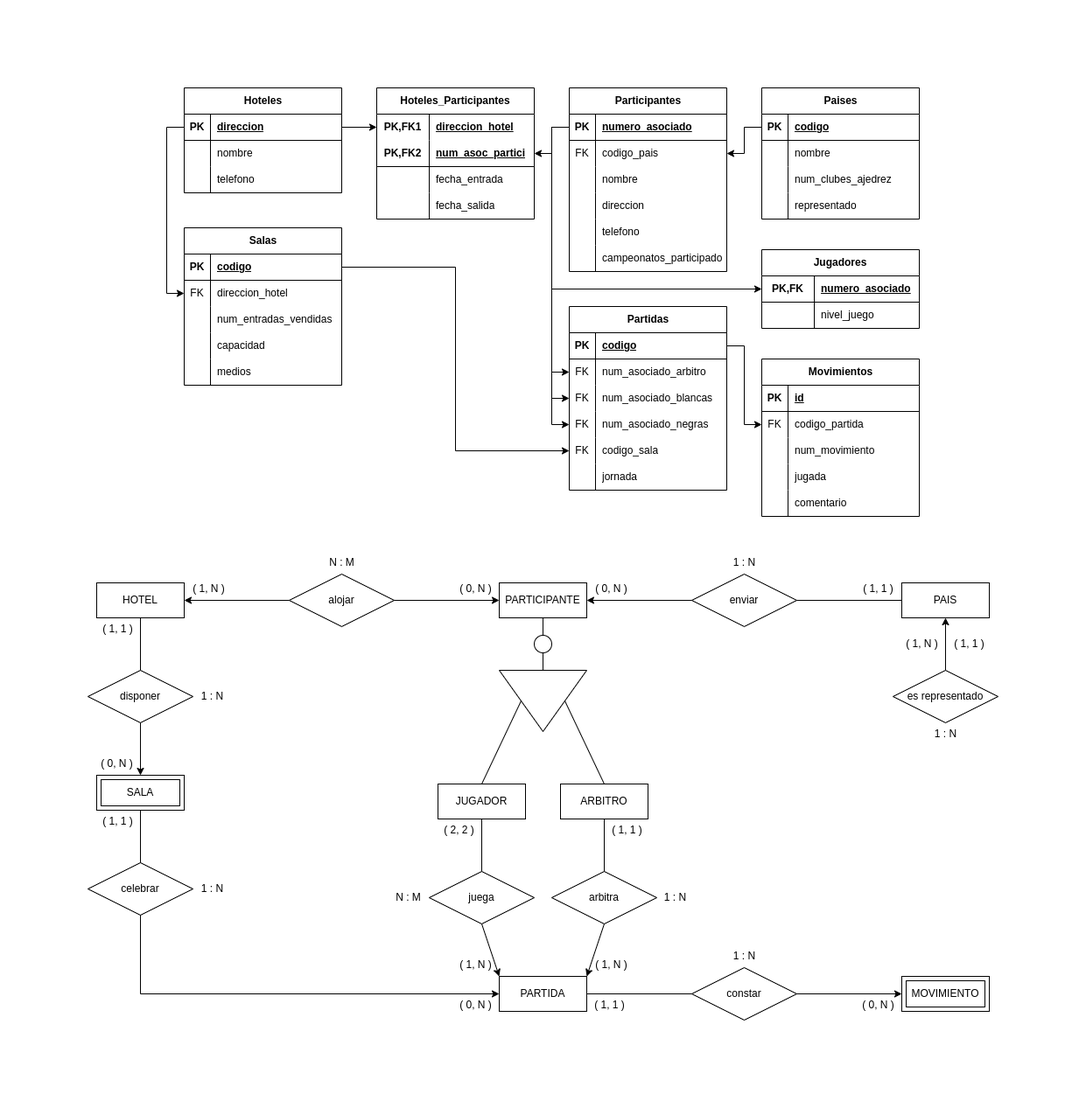
Earlier version of the draw.io export CFGS/DAW/BAE/T6_Club_ajedrez/Diagrama.png (FJrodafo/University). Source tidied: cells renumbered, new cells last; positions are measured from the earlier drawing's top-left corner, leaving out a move shared by most shapes.
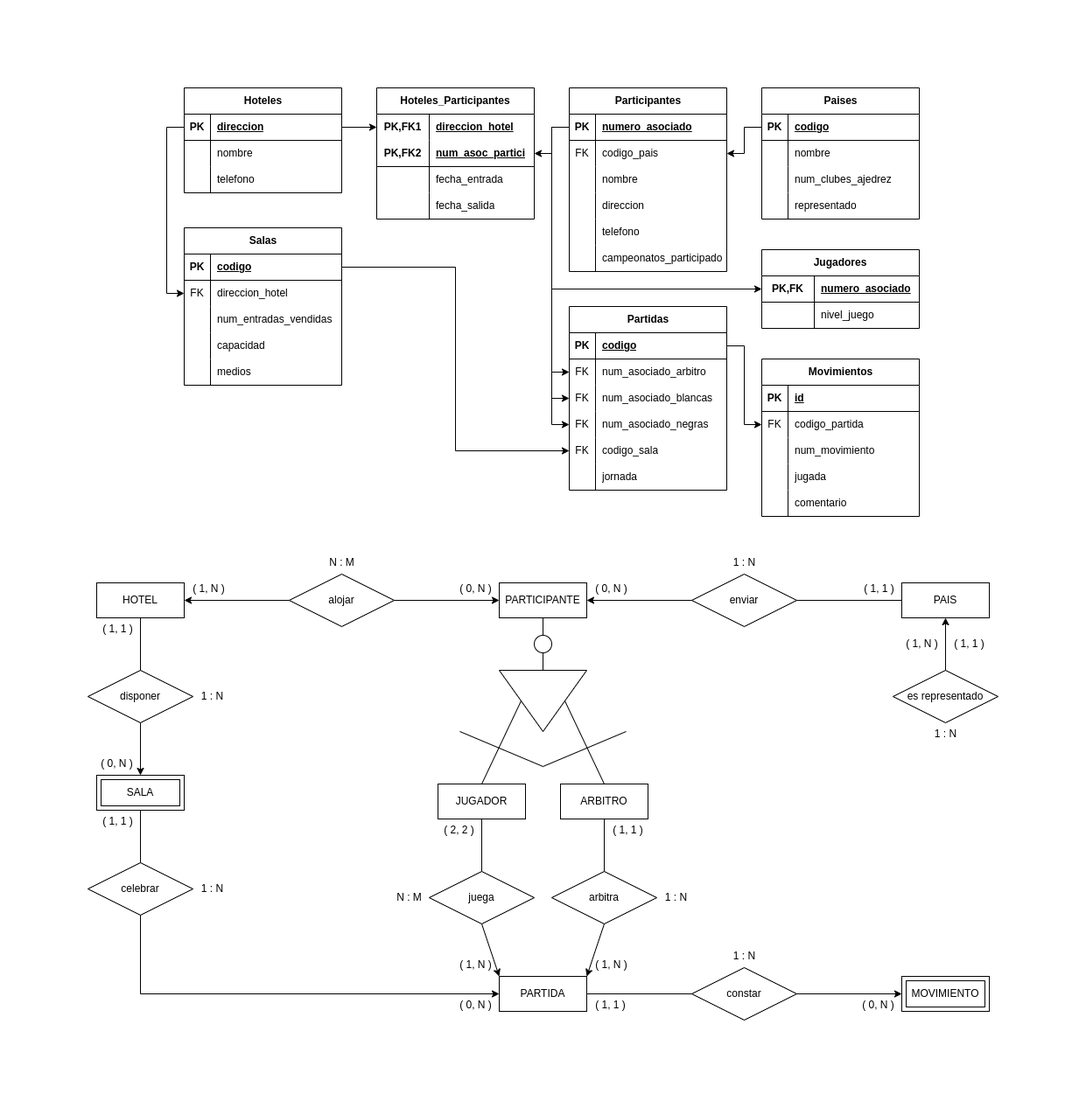
Above is the later version.

The edit, as a diff of the source:
```diff
@@ -603,5 +603,14 @@
         </Array>
       </mxGeometry>
     </mxCell>
+    <mxCell id="186" style="endArrow=none;html=1;rounded=0;exitX=0.75;exitY=0;exitDx=0;exitDy=0;entryX=0.25;entryY=0;entryDx=0;entryDy=0;" parent="1" edge="1">
+      <mxGeometry relative="1" as="geometry">
+        <mxPoint x="425" y="736" as="sourcePoint" />
+        <mxPoint x="615" y="736" as="targetPoint" />
+        <Array as="points">
+          <mxPoint x="520" y="776" />
+        </Array>
+      </mxGeometry>
+    </mxCell>
   </root>
 </mxGraphModel>
```
